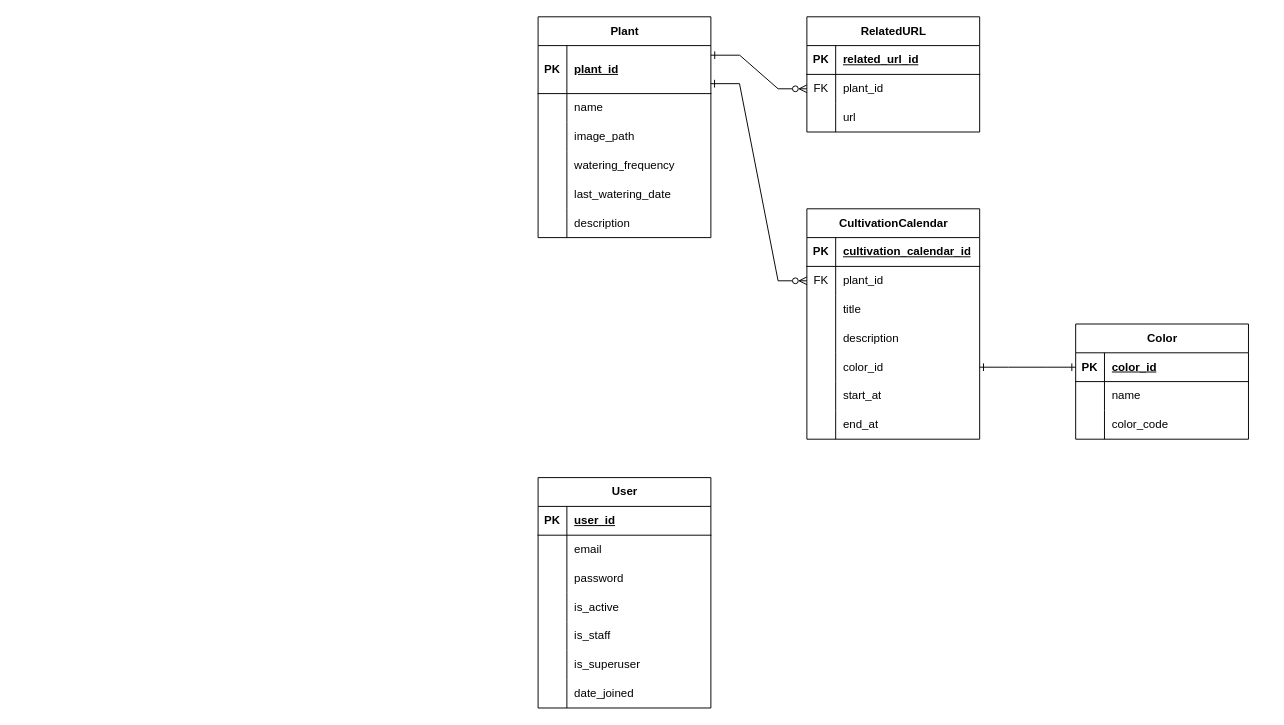
This is documents/ERD.drawio from AikawaShota/garden-management, a draw.io file, before an edit. Source tidied: cells renumbered, new cells numbered last; positions are measured from the earlier drawing's top-left corner, leaving out a move shared by most shapes. Both pictures are drawn from the tidied source at 96%, with x=0, y=0 at pixel (538, 16).
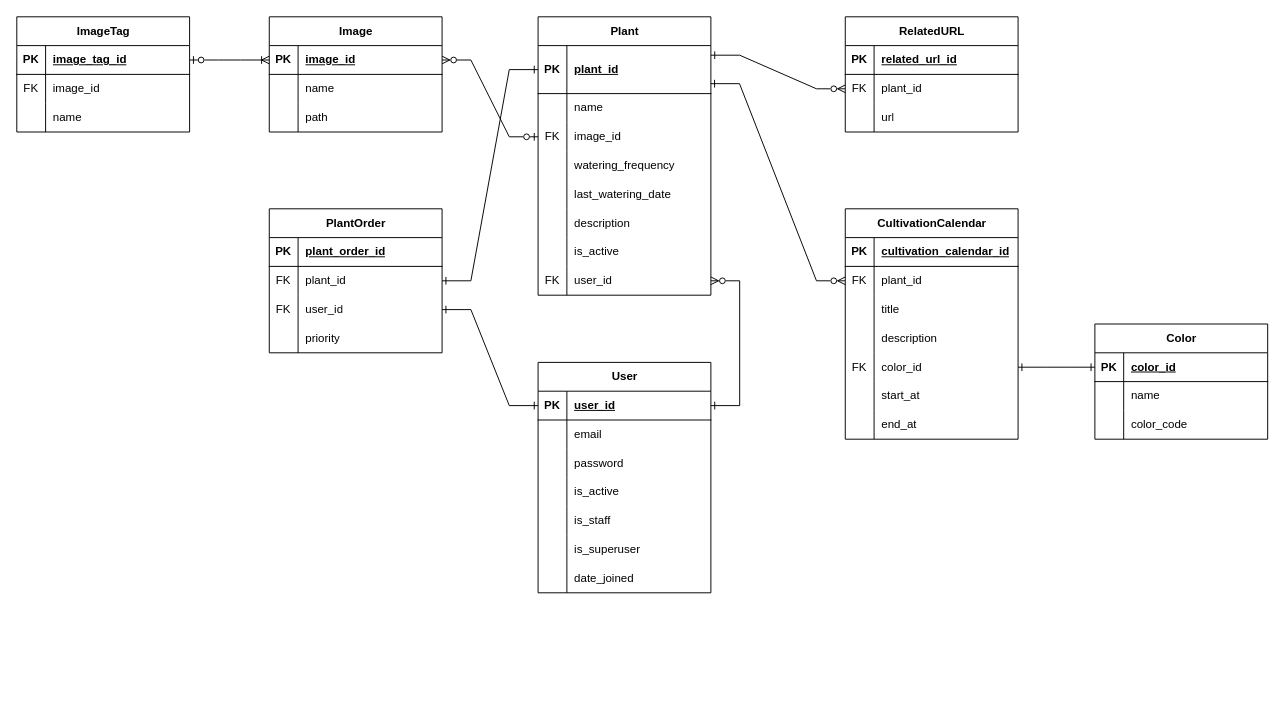
After the change.

Unchanged cells that the change refers to:
```xml
<mxCell id="3" style="shape=tableRow;horizontal=0;startSize=0;swimlaneHead=0;swimlaneBody=0;fillColor=none;points=[[0,0.5],[1,0.5]];portConstraint=eastwest;top=0;left=0;right=0;bottom=1;" parent="2" vertex="1">
  <mxGeometry y="30" width="180" height="50" as="geometry" />
</mxCell>
<mxCell id="9" style="shape=tableRow;horizontal=0;startSize=0;swimlaneHead=0;swimlaneBody=0;fillColor=none;points=[[0,0.5],[1,0.5]];portConstraint=eastwest;top=0;left=0;right=0;bottom=0;" parent="2" vertex="1">
  <mxGeometry y="110" width="180" height="30" as="geometry" />
</mxCell>
<mxCell id="22" style="shape=tableRow;horizontal=0;startSize=0;swimlaneHead=0;swimlaneBody=0;fillColor=none;points=[[0,0.5],[1,0.5]];portConstraint=eastwest;top=0;left=0;right=0;bottom=1;" parent="21" vertex="1">
  <mxGeometry y="30" width="180" height="30" as="geometry" />
</mxCell>
<mxCell id="66" style="shape=tableRow;horizontal=0;startSize=0;swimlaneHead=0;swimlaneBody=0;fillColor=none;points=[[0,0.5],[1,0.5]];portConstraint=eastwest;top=0;left=0;right=0;bottom=0;" parent="53" vertex="1">
  <mxGeometry y="150" width="180" height="30" as="geometry" />
</mxCell>
```

Change to the diagram source:
```diff
@@
     <mxCell id="2" value="Plant" style="shape=table;startSize=30;childLayout=tableLayout;rowLines=0;fontStyle=1;align=center;html=1;" parent="1" vertex="1">
-      <mxGeometry width="180" height="230" as="geometry" />
+      <mxGeometry width="180" height="290" as="geometry" />
     </mxCell>
@@
-    <mxCell id="10" style="shape=partialRectangle;fillColor=none;top=0;left=0;bottom=0;right=0;overflow=hidden;whiteSpace=wrap;html=1;" parent="9" vertex="1">
+    <mxCell id="10" value="FK" style="shape=partialRectangle;fillColor=none;top=0;left=0;bottom=0;right=0;overflow=hidden;whiteSpace=wrap;html=1;" parent="9" vertex="1">
       <mxGeometry width="30" height="30" as="geometry" />
     </mxCell>
-    <mxCell id="11" value="image_path" style="shape=partialRectangle;fillColor=none;top=0;left=0;bottom=0;right=0;align=left;spacingLeft=6;overflow=hidden;whiteSpace=wrap;html=1;" parent="9" vertex="1">
+    <mxCell id="11" value="image_id" style="shape=partialRectangle;fillColor=none;top=0;left=0;bottom=0;right=0;align=left;spacingLeft=6;overflow=hidden;whiteSpace=wrap;html=1;" parent="9" vertex="1">
       <mxGeometry x="30" width="150" height="30" as="geometry" />
     </mxCell>
@@
+    <mxCell id="88" style="shape=tableRow;horizontal=0;startSize=0;swimlaneHead=0;swimlaneBody=0;fillColor=none;top=0;left=0;right=0;bottom=0;" parent="2" vertex="1">
+      <mxGeometry y="230" width="180" height="30" as="geometry" />
+    </mxCell>
+    <mxCell id="89" style="shape=partialRectangle;fillColor=none;top=0;left=0;bottom=0;right=0;overflow=hidden;whiteSpace=wrap;html=1;" parent="88" vertex="1">
+      <mxGeometry width="30" height="30" as="geometry" />
+    </mxCell>
+    <mxCell id="90" value="is_active" style="shape=partialRectangle;fillColor=none;top=0;left=0;bottom=0;right=0;align=left;spacingLeft=6;overflow=hidden;whiteSpace=wrap;html=1;" parent="88" vertex="1">
+      <mxGeometry x="30" width="150" height="30" as="geometry" />
+    </mxCell>
+    <mxCell id="91" style="shape=tableRow;horizontal=0;startSize=0;swimlaneHead=0;swimlaneBody=0;fillColor=none;points=[[0,0.5],[1,0.5]];portConstraint=eastwest;top=0;left=0;right=0;bottom=0;" parent="2" vertex="1">
+      <mxGeometry y="260" width="180" height="30" as="geometry" />
+    </mxCell>
+    <mxCell id="92" value="FK" style="shape=partialRectangle;fillColor=none;top=0;left=0;bottom=0;right=0;overflow=hidden;whiteSpace=wrap;html=1;" parent="91" vertex="1">
+      <mxGeometry width="30" height="30" as="geometry" />
+    </mxCell>
+    <mxCell id="93" value="user_id" style="shape=partialRectangle;fillColor=none;top=0;left=0;bottom=0;right=0;align=left;spacingLeft=6;overflow=hidden;whiteSpace=wrap;html=1;" parent="91" vertex="1">
+      <mxGeometry x="30" width="150" height="30" as="geometry" />
+    </mxCell>
     <mxCell id="21" value="User" style="shape=table;startSize=30;childLayout=tableLayout;rowLines=0;fontStyle=1;align=center;html=1;" parent="1" vertex="1">
-      <mxGeometry y="480" width="180" height="240" as="geometry" />
+      <mxGeometry y="360" width="180" height="240" as="geometry" />
     </mxCell>
@@
     <mxCell id="43" value="RelatedURL" style="shape=table;startSize=30;childLayout=tableLayout;rowLines=0;fontStyle=1;align=center;html=1;" parent="1" vertex="1">
-      <mxGeometry x="280" width="180" height="120" as="geometry" />
+      <mxGeometry x="320" width="180" height="120" as="geometry" />
     </mxCell>
@@
     <mxCell id="53" value="CultivationCalendar" style="shape=table;startSize=30;childLayout=tableLayout;rowLines=0;fontStyle=1;align=center;html=1;" parent="1" vertex="1">
-      <mxGeometry x="280" y="200" width="180" height="240" as="geometry" />
+      <mxGeometry x="320" y="200" width="180" height="240" as="geometry" />
     </mxCell>
@@
-    <mxCell id="67" style="shape=partialRectangle;fillColor=none;top=0;left=0;bottom=0;right=0;overflow=hidden;whiteSpace=wrap;html=1;" parent="66" vertex="1">
+    <mxCell id="67" value="FK" style="shape=partialRectangle;fillColor=none;top=0;left=0;bottom=0;right=0;overflow=hidden;whiteSpace=wrap;html=1;" parent="66" vertex="1">
       <mxGeometry width="30" height="30" as="geometry" />
     </mxCell>
@@
     <mxCell id="77" value="Color" style="shape=table;startSize=30;childLayout=tableLayout;rowLines=0;fontStyle=1;align=center;html=1;" parent="1" vertex="1">
-      <mxGeometry x="560" y="320" width="180" height="120" as="geometry" />
+      <mxGeometry x="580" y="320" width="180" height="120" as="geometry" />
     </mxCell>
@@
+    <mxCell id="94" value="Image" style="shape=table;startSize=30;childLayout=tableLayout;rowLines=0;fontStyle=1;align=center;html=1;" parent="1" vertex="1">
+      <mxGeometry x="-280" width="180" height="120" as="geometry" />
+    </mxCell>
+    <mxCell id="95" style="shape=tableRow;horizontal=0;startSize=0;swimlaneHead=0;swimlaneBody=0;fillColor=none;points=[[0,0.5],[1,0.5]];portConstraint=eastwest;top=0;left=0;right=0;bottom=1;" parent="94" vertex="1">
+      <mxGeometry y="30" width="180" height="30" as="geometry" />
+    </mxCell>
+    <mxCell id="96" value="PK" style="shape=partialRectangle;fillColor=none;top=0;left=0;bottom=0;right=0;fontStyle=1;overflow=hidden;whiteSpace=wrap;html=1;" parent="95" vertex="1">
+      <mxGeometry width="30" height="30" as="geometry" />
+    </mxCell>
+    <mxCell id="97" value="image_id" style="shape=partialRectangle;fillColor=none;top=0;left=0;bottom=0;right=0;align=left;spacingLeft=6;fontStyle=5;overflow=hidden;whiteSpace=wrap;html=1;" parent="95" vertex="1">
+      <mxGeometry x="30" width="150" height="30" as="geometry" />
+    </mxCell>
+    <mxCell id="98" style="shape=tableRow;horizontal=0;startSize=0;swimlaneHead=0;swimlaneBody=0;fillColor=none;top=0;left=0;right=0;bottom=0;" parent="94" vertex="1">
+      <mxGeometry y="60" width="180" height="30" as="geometry" />
+    </mxCell>
+    <mxCell id="99" style="shape=partialRectangle;fillColor=none;top=0;left=0;bottom=0;right=0;overflow=hidden;whiteSpace=wrap;html=1;" parent="98" vertex="1">
+      <mxGeometry width="30" height="30" as="geometry" />
+    </mxCell>
+    <mxCell id="100" value="name" style="shape=partialRectangle;fillColor=none;top=0;left=0;bottom=0;right=0;align=left;spacingLeft=6;overflow=hidden;whiteSpace=wrap;html=1;" parent="98" vertex="1">
+      <mxGeometry x="30" width="150" height="30" as="geometry" />
+    </mxCell>
+    <mxCell id="101" style="shape=tableRow;horizontal=0;startSize=0;swimlaneHead=0;swimlaneBody=0;fillColor=none;top=0;left=0;right=0;bottom=0;" parent="94" vertex="1">
+      <mxGeometry y="90" width="180" height="30" as="geometry" />
+    </mxCell>
+    <mxCell id="102" style="shape=partialRectangle;fillColor=none;top=0;left=0;bottom=0;right=0;overflow=hidden;whiteSpace=wrap;html=1;" parent="101" vertex="1">
+      <mxGeometry width="30" height="30" as="geometry" />
+    </mxCell>
+    <mxCell id="103" value="path" style="shape=partialRectangle;fillColor=none;top=0;left=0;bottom=0;right=0;align=left;spacingLeft=6;overflow=hidden;whiteSpace=wrap;html=1;" parent="101" vertex="1">
+      <mxGeometry x="30" width="150" height="30" as="geometry" />
+    </mxCell>
+    <mxCell id="104" style="edgeStyle=entityRelationEdgeStyle;rounded=0;jettySize=auto;html=1;exitX=0;exitY=0.5;exitDx=0;exitDy=0;entryX=1;entryY=0.5;entryDx=0;entryDy=0;endArrow=ERzeroToMany;endFill=0;startArrow=ERzeroToOne;startFill=0;" parent="1" edge="1" source="9" target="95">
+      <mxGeometry relative="1" as="geometry" />
+    </mxCell>
+    <mxCell id="105" value="ImageTag" style="shape=table;startSize=30;childLayout=tableLayout;rowLines=0;fontStyle=1;align=center;html=1;" parent="1" vertex="1">
+      <mxGeometry x="-543" width="180" height="120" as="geometry" />
+    </mxCell>
+    <mxCell id="106" style="shape=tableRow;horizontal=0;startSize=0;swimlaneHead=0;swimlaneBody=0;fillColor=none;points=[[0,0.5],[1,0.5]];portConstraint=eastwest;top=0;left=0;right=0;bottom=1;" parent="105" vertex="1">
+      <mxGeometry y="30" width="180" height="30" as="geometry" />
+    </mxCell>
+    <mxCell id="107" value="PK" style="shape=partialRectangle;fillColor=none;top=0;left=0;bottom=0;right=0;fontStyle=1;overflow=hidden;whiteSpace=wrap;html=1;" parent="106" vertex="1">
+      <mxGeometry width="30" height="30" as="geometry" />
+    </mxCell>
+    <mxCell id="108" value="image_tag_id" style="shape=partialRectangle;fillColor=none;top=0;left=0;bottom=0;right=0;align=left;spacingLeft=6;fontStyle=5;overflow=hidden;whiteSpace=wrap;html=1;" parent="106" vertex="1">
+      <mxGeometry x="30" width="150" height="30" as="geometry" />
+    </mxCell>
+    <mxCell id="109" style="shape=tableRow;horizontal=0;startSize=0;swimlaneHead=0;swimlaneBody=0;fillColor=none;top=0;left=0;right=0;bottom=0;" parent="105" vertex="1">
+      <mxGeometry y="60" width="180" height="30" as="geometry" />
+    </mxCell>
+    <mxCell id="110" value="FK" style="shape=partialRectangle;fillColor=none;top=0;left=0;bottom=0;right=0;overflow=hidden;whiteSpace=wrap;html=1;" parent="109" vertex="1">
+      <mxGeometry width="30" height="30" as="geometry" />
+    </mxCell>
+    <mxCell id="111" value="image_id" style="shape=partialRectangle;fillColor=none;top=0;left=0;bottom=0;right=0;align=left;spacingLeft=6;overflow=hidden;whiteSpace=wrap;html=1;" parent="109" vertex="1">
+      <mxGeometry x="30" width="150" height="30" as="geometry" />
+    </mxCell>
+    <mxCell id="112" style="shape=tableRow;horizontal=0;startSize=0;swimlaneHead=0;swimlaneBody=0;fillColor=none;top=0;left=0;right=0;bottom=0;" parent="105" vertex="1">
+      <mxGeometry y="90" width="180" height="30" as="geometry" />
+    </mxCell>
+    <mxCell id="113" style="shape=partialRectangle;fillColor=none;top=0;left=0;bottom=0;right=0;overflow=hidden;whiteSpace=wrap;html=1;" parent="112" vertex="1">
+      <mxGeometry width="30" height="30" as="geometry" />
+    </mxCell>
+    <mxCell id="114" value="name" style="shape=partialRectangle;fillColor=none;top=0;left=0;bottom=0;right=0;align=left;spacingLeft=6;overflow=hidden;whiteSpace=wrap;html=1;" parent="112" vertex="1">
+      <mxGeometry x="30" width="150" height="30" as="geometry" />
+    </mxCell>
+    <mxCell id="115" style="edgeStyle=entityRelationEdgeStyle;rounded=0;jettySize=auto;html=1;startArrow=ERzeroToOne;startFill=0;endArrow=ERoneToMany;endFill=0;entryX=0;entryY=0.5;entryDx=0;entryDy=0;exitX=1;exitY=0.5;exitDx=0;exitDy=0;" parent="1" edge="1" source="106" target="95">
+      <mxGeometry relative="1" as="geometry" />
+    </mxCell>
+    <mxCell id="116" style="edgeStyle=entityRelationEdgeStyle;rounded=0;jettySize=auto;html=1;exitX=1;exitY=0.5;exitDx=0;exitDy=0;entryX=1;entryY=0.5;entryDx=0;entryDy=0;startArrow=ERzeroToMany;startFill=0;endArrow=ERone;endFill=0;" parent="1" edge="1" source="91" target="22">
+      <mxGeometry relative="1" as="geometry" />
+    </mxCell>
+    <mxCell id="117" value="PlantOrder" style="shape=table;startSize=30;childLayout=tableLayout;rowLines=0;fontStyle=1;align=center;html=1;" parent="1" vertex="1">
+      <mxGeometry x="-280" y="200" width="180" height="150" as="geometry" />
+    </mxCell>
+    <mxCell id="118" style="shape=tableRow;horizontal=0;startSize=0;swimlaneHead=0;swimlaneBody=0;fillColor=none;points=[[0,0.5],[1,0.5]];portConstraint=eastwest;top=0;left=0;right=0;bottom=1;" parent="117" vertex="1">
+      <mxGeometry y="30" width="180" height="30" as="geometry" />
+    </mxCell>
+    <mxCell id="119" value="PK" style="shape=partialRectangle;fillColor=none;top=0;left=0;bottom=0;right=0;fontStyle=1;overflow=hidden;whiteSpace=wrap;html=1;" parent="118" vertex="1">
+      <mxGeometry width="30" height="30" as="geometry" />
+    </mxCell>
+    <mxCell id="120" value="plant_order_id" style="shape=partialRectangle;fillColor=none;top=0;left=0;bottom=0;right=0;align=left;spacingLeft=6;fontStyle=5;overflow=hidden;whiteSpace=wrap;html=1;" parent="118" vertex="1">
+      <mxGeometry x="30" width="150" height="30" as="geometry" />
+    </mxCell>
+    <mxCell id="121" style="shape=tableRow;horizontal=0;startSize=0;swimlaneHead=0;swimlaneBody=0;fillColor=none;points=[[0,0.5],[1,0.5]];portConstraint=eastwest;top=0;left=0;right=0;bottom=0;" parent="117" vertex="1">
+      <mxGeometry y="60" width="180" height="30" as="geometry" />
+    </mxCell>
+    <mxCell id="122" value="FK" style="shape=partialRectangle;fillColor=none;top=0;left=0;bottom=0;right=0;overflow=hidden;whiteSpace=wrap;html=1;" parent="121" vertex="1">
+      <mxGeometry width="30" height="30" as="geometry" />
+    </mxCell>
+    <mxCell id="123" value="plant_id" style="shape=partialRectangle;fillColor=none;top=0;left=0;bottom=0;right=0;align=left;spacingLeft=6;overflow=hidden;whiteSpace=wrap;html=1;" parent="121" vertex="1">
+      <mxGeometry x="30" width="150" height="30" as="geometry" />
+    </mxCell>
+    <mxCell id="124" style="shape=tableRow;horizontal=0;startSize=0;swimlaneHead=0;swimlaneBody=0;fillColor=none;points=[[0,0.5],[1,0.5]];portConstraint=eastwest;top=0;left=0;right=0;bottom=0;" parent="117" vertex="1">
+      <mxGeometry y="90" width="180" height="30" as="geometry" />
+    </mxCell>
+    <mxCell id="125" value="FK" style="shape=partialRectangle;fillColor=none;top=0;left=0;bottom=0;right=0;overflow=hidden;whiteSpace=wrap;html=1;" parent="124" vertex="1">
+      <mxGeometry width="30" height="30" as="geometry" />
+    </mxCell>
+    <mxCell id="126" value="user_id" style="shape=partialRectangle;fillColor=none;top=0;left=0;bottom=0;right=0;align=left;spacingLeft=6;overflow=hidden;whiteSpace=wrap;html=1;" parent="124" vertex="1">
+      <mxGeometry x="30" width="150" height="30" as="geometry" />
+    </mxCell>
+    <mxCell id="127" style="shape=tableRow;horizontal=0;startSize=0;swimlaneHead=0;swimlaneBody=0;fillColor=none;top=0;left=0;right=0;bottom=0;" parent="117" vertex="1">
+      <mxGeometry y="120" width="180" height="30" as="geometry" />
+    </mxCell>
+    <mxCell id="128" style="shape=partialRectangle;fillColor=none;top=0;left=0;bottom=0;right=0;overflow=hidden;whiteSpace=wrap;html=1;" parent="127" vertex="1">
+      <mxGeometry width="30" height="30" as="geometry" />
+    </mxCell>
+    <mxCell id="129" value="priority" style="shape=partialRectangle;fillColor=none;top=0;left=0;bottom=0;right=0;align=left;spacingLeft=6;overflow=hidden;whiteSpace=wrap;html=1;" parent="127" vertex="1">
+      <mxGeometry x="30" width="150" height="30" as="geometry" />
+    </mxCell>
+    <mxCell id="130" style="edgeStyle=entityRelationEdgeStyle;rounded=0;jettySize=auto;html=1;exitX=0;exitY=0.5;exitDx=0;exitDy=0;entryX=1;entryY=0.5;entryDx=0;entryDy=0;startArrow=ERone;startFill=0;endArrow=ERone;endFill=0;" parent="1" edge="1" target="118">
+      <mxGeometry relative="1" as="geometry" />
+    </mxCell>
+    <mxCell id="131" style="edgeStyle=entityRelationEdgeStyle;rounded=0;jettySize=auto;html=1;exitX=0;exitY=0.5;exitDx=0;exitDy=0;entryX=1;entryY=0.5;entryDx=0;entryDy=0;startArrow=ERone;startFill=0;endArrow=ERone;endFill=0;" parent="1" edge="1" source="22" target="124">
+      <mxGeometry relative="1" as="geometry" />
+    </mxCell>
+    <mxCell id="132" style="edgeStyle=entityRelationEdgeStyle;rounded=0;jettySize=auto;html=1;exitX=0;exitY=0.5;exitDx=0;exitDy=0;entryX=1;entryY=0.5;entryDx=0;entryDy=0;startArrow=ERone;startFill=0;endArrow=ERone;endFill=0;" parent="1" edge="1" source="3" target="121">
+      <mxGeometry relative="1" as="geometry" />
+    </mxCell>
```
